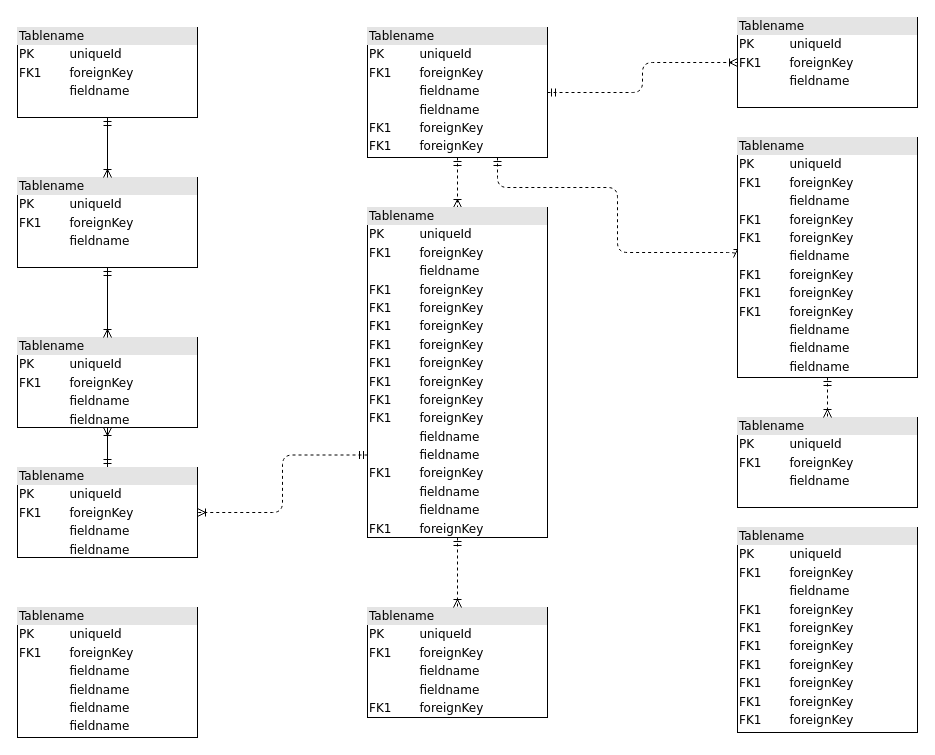
Earlier version of the draw.io diagram draw/素材智能识别-表关系图.drawio (numberchc/drawio). Source tidied: cells renumbered, new cells numbered last; positions are measured from the earlier drawing's top-left corner, leaving out a move shared by most shapes. Both pictures are drawn from the tidied source at 100%, with x=0, y=0 at pixel (17, 17).
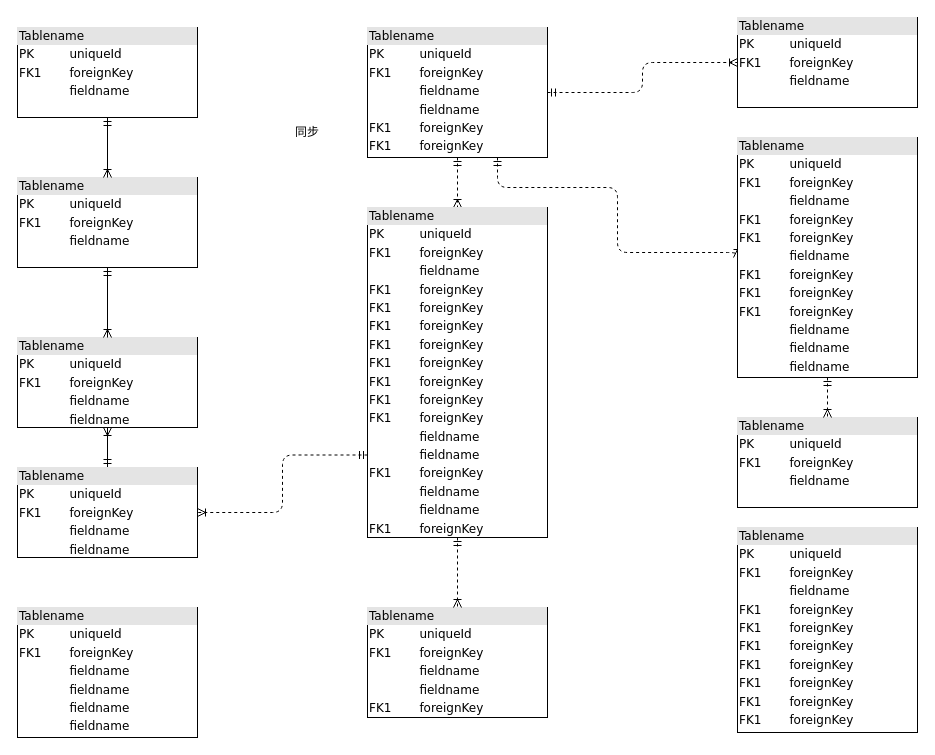
Above is the later version.

Commit message:
更新素材智能识别-表关系图.drawio

The edit, as a diff of the source:
```diff
@@
+    <mxCell id="23" value="同步" style="text;html=1;strokeColor=none;fillColor=none;align=center;verticalAlign=middle;whiteSpace=wrap;rounded=0;" parent="1" vertex="1">
+      <mxGeometry x="260" y="100" width="60" height="30" as="geometry" />
+    </mxCell>
```
